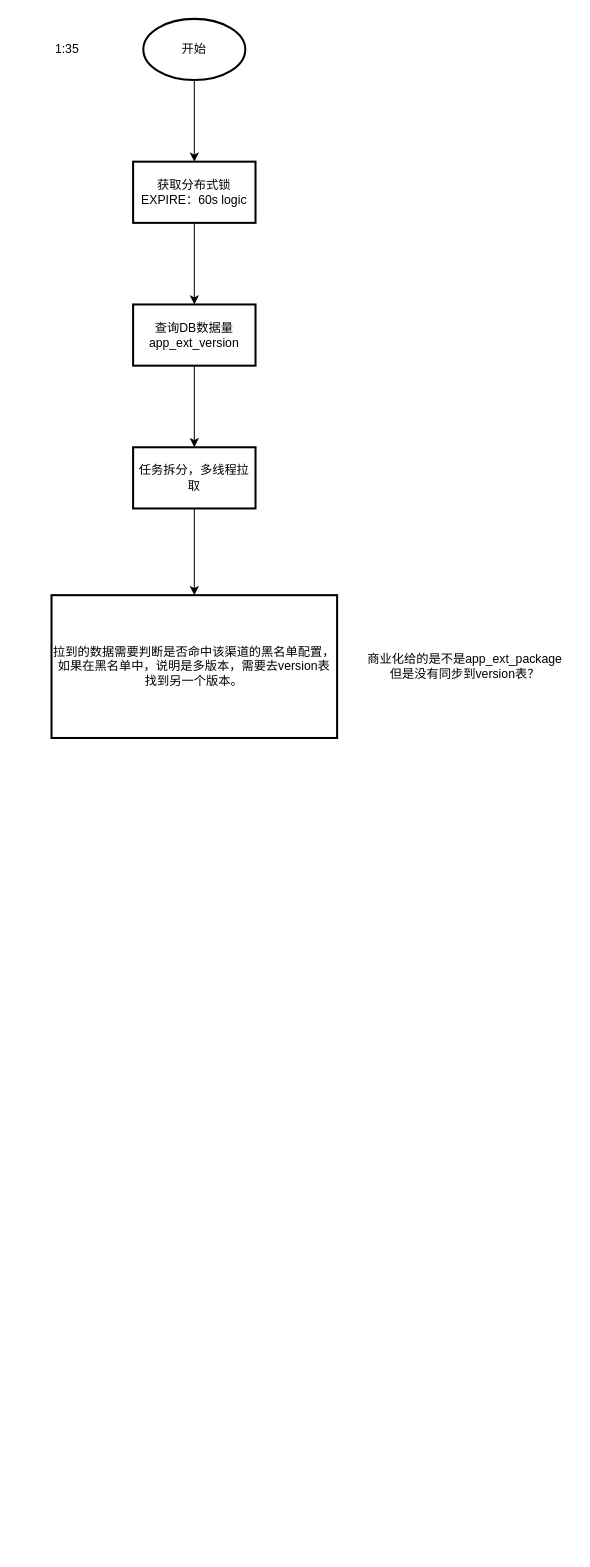
Above: 资源渠道包加载.drawio in ETHAN0430/draw.io.repo (draw.io), before the change. Source tidied: cells renumbered, new cells numbered last; positions are measured from the earlier drawing's top-left corner, leaving out a move shared by most shapes. Both pictures are drawn from the tidied source at 102%, with x=0, y=0 at pixel (41, 18).
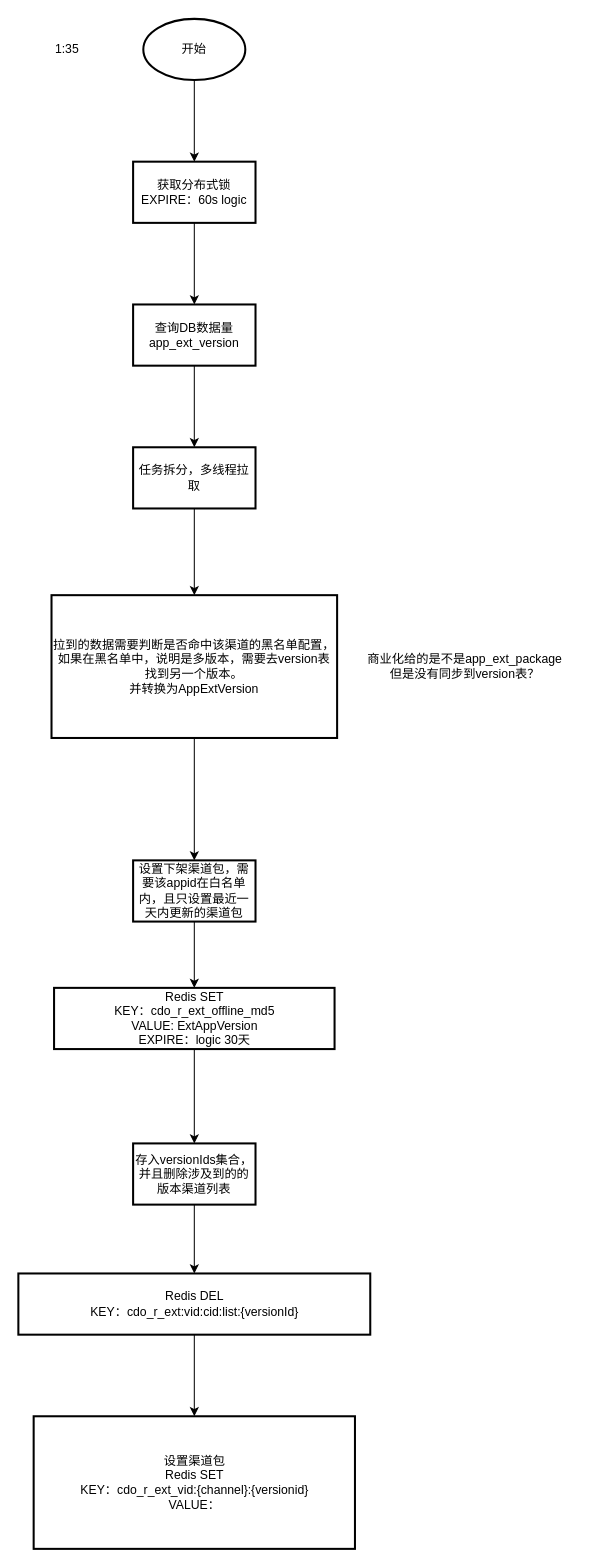
The same diagram, later.

Commit message:
更新资源渠道包加载.drawio

Change to the diagram source:
```diff
@@
+    <mxCell id="13" style="edgeStyle=orthogonalEdgeStyle;rounded=0;jettySize=auto;html=1;" parent="1" edge="1" source="11" target="15">
+      <mxGeometry relative="1" as="geometry" />
+    </mxCell>
-    <mxCell id="11" value="拉到的数据需要判断是否命中该渠道的黑名单配置，如果在黑名单中，说明是多版本，需要去version表找到另一个版本。" style="whiteSpace=wrap;html=1;strokeWidth=2;" parent="1" vertex="1">
+    <mxCell id="11" value="拉到的数据需要判断是否命中该渠道的黑名单配置，如果在黑名单中，说明是多版本，需要去version表找到另一个版本。&lt;br&gt;并转换为AppExtVersion" style="whiteSpace=wrap;html=1;strokeWidth=2;" parent="1" vertex="1">
       <mxGeometry x="10" y="565" width="280" height="140" as="geometry" />
     </mxCell>
@@
+    <mxCell id="14" style="edgeStyle=orthogonalEdgeStyle;rounded=0;jettySize=auto;html=1;" parent="1" edge="1" source="15" target="17">
+      <mxGeometry relative="1" as="geometry" />
+    </mxCell>
+    <mxCell id="15" value="设置下架渠道包，需要该appid在白名单内，且只设置最近一天内更新的渠道包" style="whiteSpace=wrap;html=1;strokeWidth=2;" parent="1" vertex="1">
+      <mxGeometry x="90" y="825" width="120" height="60" as="geometry" />
+    </mxCell>
+    <mxCell id="16" style="edgeStyle=orthogonalEdgeStyle;rounded=0;jettySize=auto;html=1;" parent="1" edge="1" source="17" target="19">
+      <mxGeometry relative="1" as="geometry" />
+    </mxCell>
+    <mxCell id="17" value="Redis SET&lt;br&gt;KEY：cdo_r_ext_offline_md5&lt;br&gt;VALUE: ExtAppVersion&lt;br&gt;EXPIRE：logic 30天" style="whiteSpace=wrap;html=1;strokeWidth=2;" parent="1" vertex="1">
+      <mxGeometry x="12.5" y="950" width="275" height="60" as="geometry" />
+    </mxCell>
+    <mxCell id="18" style="edgeStyle=orthogonalEdgeStyle;rounded=0;jettySize=auto;html=1;" parent="1" edge="1" source="19" target="21">
+      <mxGeometry relative="1" as="geometry" />
+    </mxCell>
+    <mxCell id="19" value="存入versionIds集合，并且删除涉及到的的版本渠道列表" style="whiteSpace=wrap;html=1;strokeWidth=2;" parent="1" vertex="1">
+      <mxGeometry x="90" y="1102.5" width="120" height="60" as="geometry" />
+    </mxCell>
+    <mxCell id="20" style="edgeStyle=orthogonalEdgeStyle;rounded=0;jettySize=auto;html=1;" parent="1" edge="1" source="21" target="22">
+      <mxGeometry relative="1" as="geometry" />
+    </mxCell>
+    <mxCell id="21" value="Redis DEL&lt;br&gt;KEY：cdo_r_ext:vid:cid:list:{versionId}" style="whiteSpace=wrap;html=1;strokeWidth=2;" parent="1" vertex="1">
+      <mxGeometry x="-22.5" y="1230" width="345" height="60" as="geometry" />
+    </mxCell>
+    <mxCell id="22" value="设置渠道包&lt;br&gt;Redis SET&lt;br&gt;KEY：cdo_r_ext_vid:{channel}:{versionid}&lt;br&gt;VALUE：" style="whiteSpace=wrap;html=1;strokeWidth=2;" parent="1" vertex="1">
+      <mxGeometry x="-7.5" y="1370" width="315" height="130" as="geometry" />
+    </mxCell>
```
